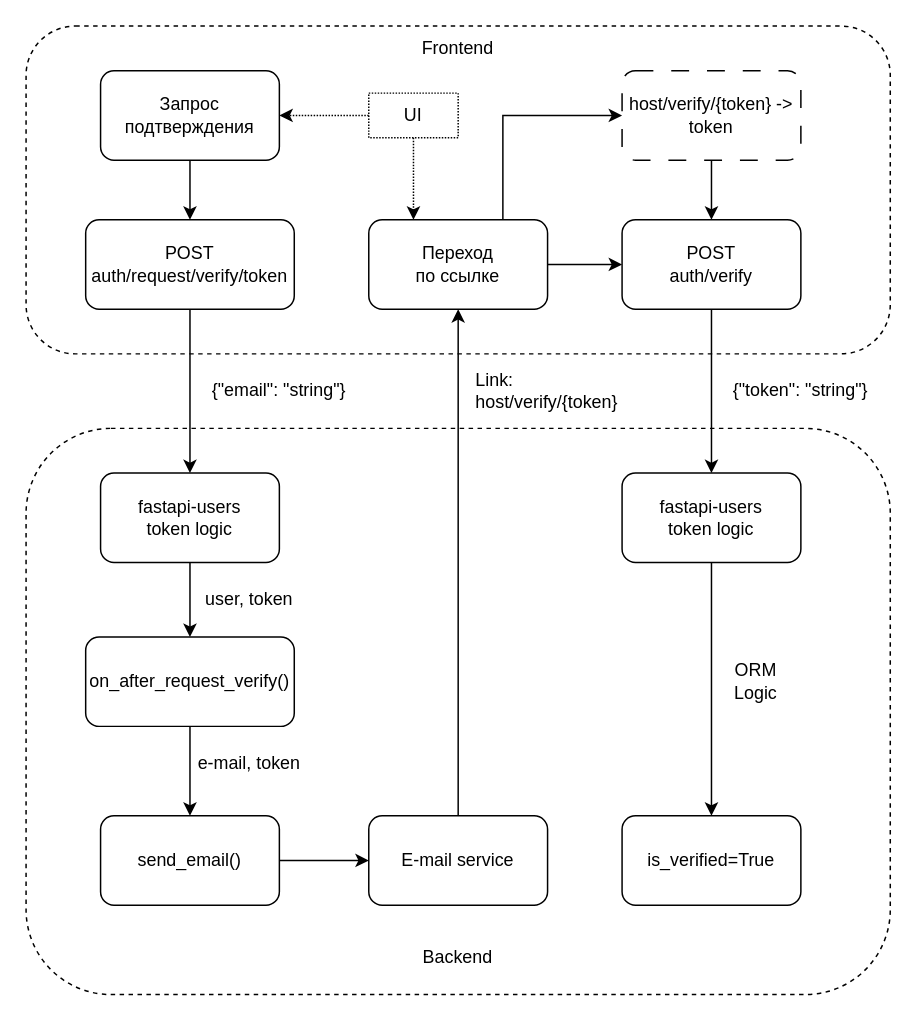
Above: docs/diagrams/verify_email_process.drawio in Forkenn/HosteyPic (draw.io), before the change. Source tidied: cells renumbered, new cells numbered last; positions are measured from the earlier drawing's top-left corner, leaving out a move shared by most shapes. Both pictures are drawn from the tidied source at 149%, with x=0, y=0 at pixel (25, 25).
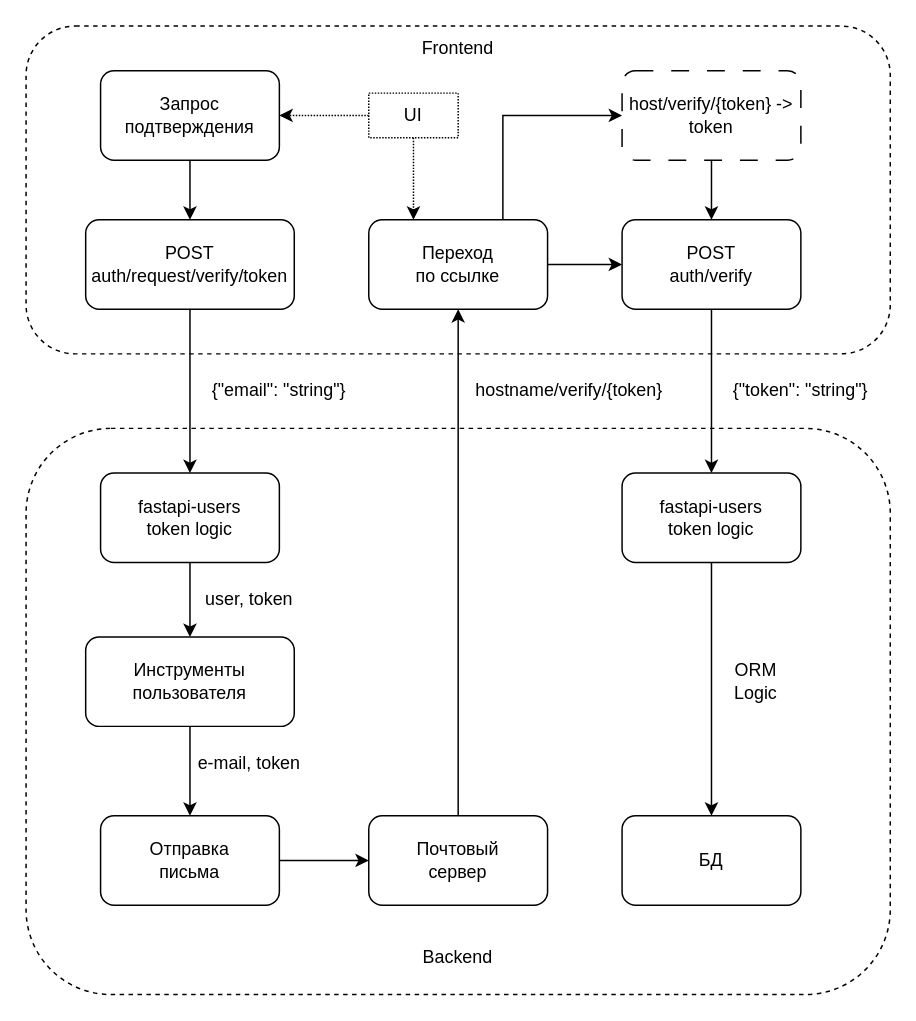
The same page after the edit.

Commit message (it also covers changes not shown here):
Update process diagrams

Diff of the diagram source:
```diff
@@
-    <mxCell id="13" value="on_after_request_verify()" style="rounded=1;whiteSpace=wrap;html=1;" parent="1" vertex="1">
+    <mxCell id="13" value="&lt;div&gt;Инструменты&lt;/div&gt;&lt;div&gt;пользователя&lt;br&gt;&lt;/div&gt;" style="rounded=1;whiteSpace=wrap;html=1;" parent="1" vertex="1">
       <mxGeometry x="40" y="410" width="140" height="60" as="geometry" />
     </mxCell>
@@
-    <mxCell id="15" value="send_email()" style="rounded=1;whiteSpace=wrap;html=1;" parent="1" vertex="1">
+    <mxCell id="15" value="&lt;div&gt;Отправка&lt;/div&gt;&lt;div&gt;письма&lt;br&gt;&lt;/div&gt;" style="rounded=1;whiteSpace=wrap;html=1;" parent="1" vertex="1">
       <mxGeometry x="50" y="530" width="120" height="60" as="geometry" />
     </mxCell>
@@
-    <mxCell id="22" value="E-mail service" style="rounded=1;whiteSpace=wrap;html=1;" parent="1" vertex="1">
+    <mxCell id="22" value="&lt;div&gt;Почтовый&lt;/div&gt;&lt;div&gt;сервер&lt;br&gt;&lt;/div&gt;" style="rounded=1;whiteSpace=wrap;html=1;" parent="1" vertex="1">
       <mxGeometry x="230" y="530" width="120" height="60" as="geometry" />
     </mxCell>
-    <mxCell id="23" value="&lt;div&gt;Link:&lt;br&gt;&lt;/div&gt;&lt;div&gt;host/verify/{token}&lt;/div&gt;" style="text;html=1;align=left;verticalAlign=middle;whiteSpace=wrap;rounded=0;strokeColor=none;dashed=1;" parent="1" vertex="1">
-      <mxGeometry x="300" y="230" width="100" height="30" as="geometry" />
+    <mxCell id="23" value="&lt;div&gt;hostname/verify/{token}&lt;/div&gt;" style="text;html=1;align=left;verticalAlign=middle;whiteSpace=wrap;rounded=0;strokeColor=none;dashed=1;" parent="1" vertex="1">
+      <mxGeometry x="300" y="230" width="140" height="30" as="geometry" />
     </mxCell>
@@
-    <mxCell id="33" value="is_verified=True" style="rounded=1;whiteSpace=wrap;html=1;" parent="1" vertex="1">
+    <mxCell id="33" value="БД" style="rounded=1;whiteSpace=wrap;html=1;" parent="1" vertex="1">
       <mxGeometry x="400" y="530" width="120" height="60" as="geometry" />
     </mxCell>
```
